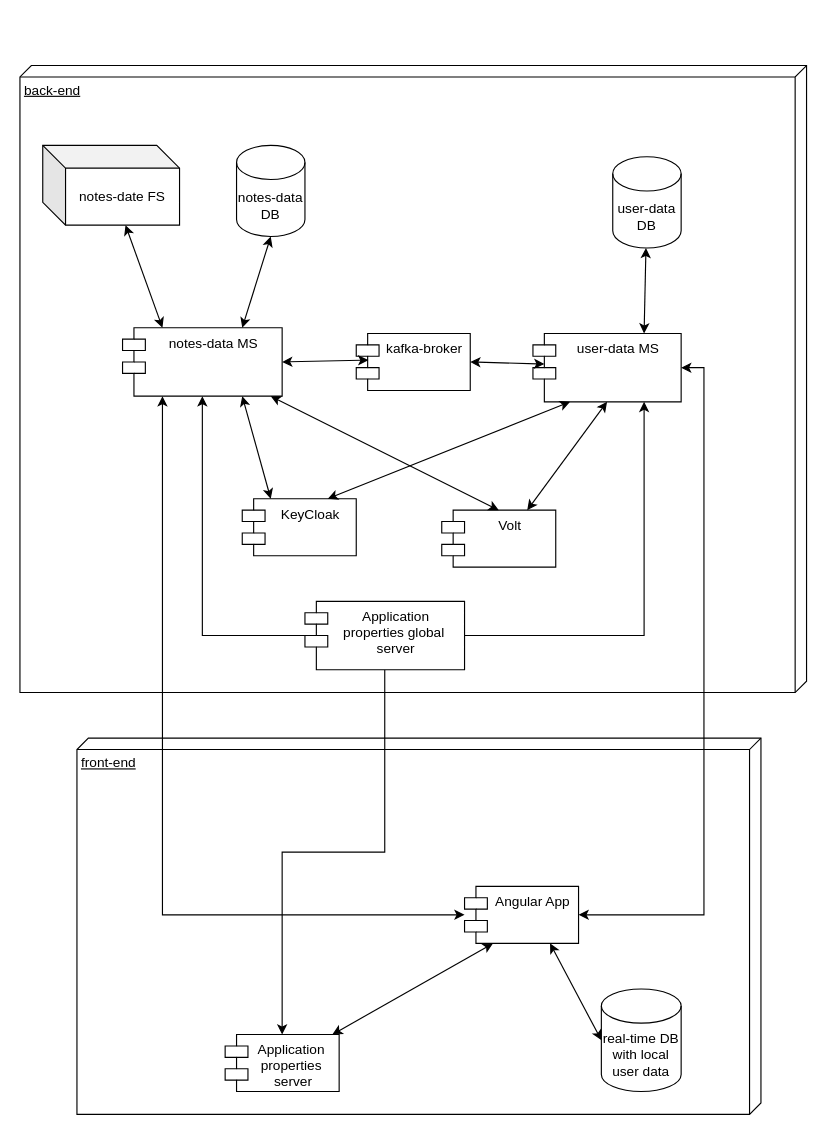
Earlier version of the draw.io diagram common/full structure/full structure.drawio (carakazov/notes-projects-diagrams). Source tidied: cells renumbered, new cells numbered last; positions are measured from the earlier drawing's top-left corner, leaving out a move shared by most shapes. Both pictures are drawn from the tidied source at 114%, with x=0, y=0 at pixel (19, 65).
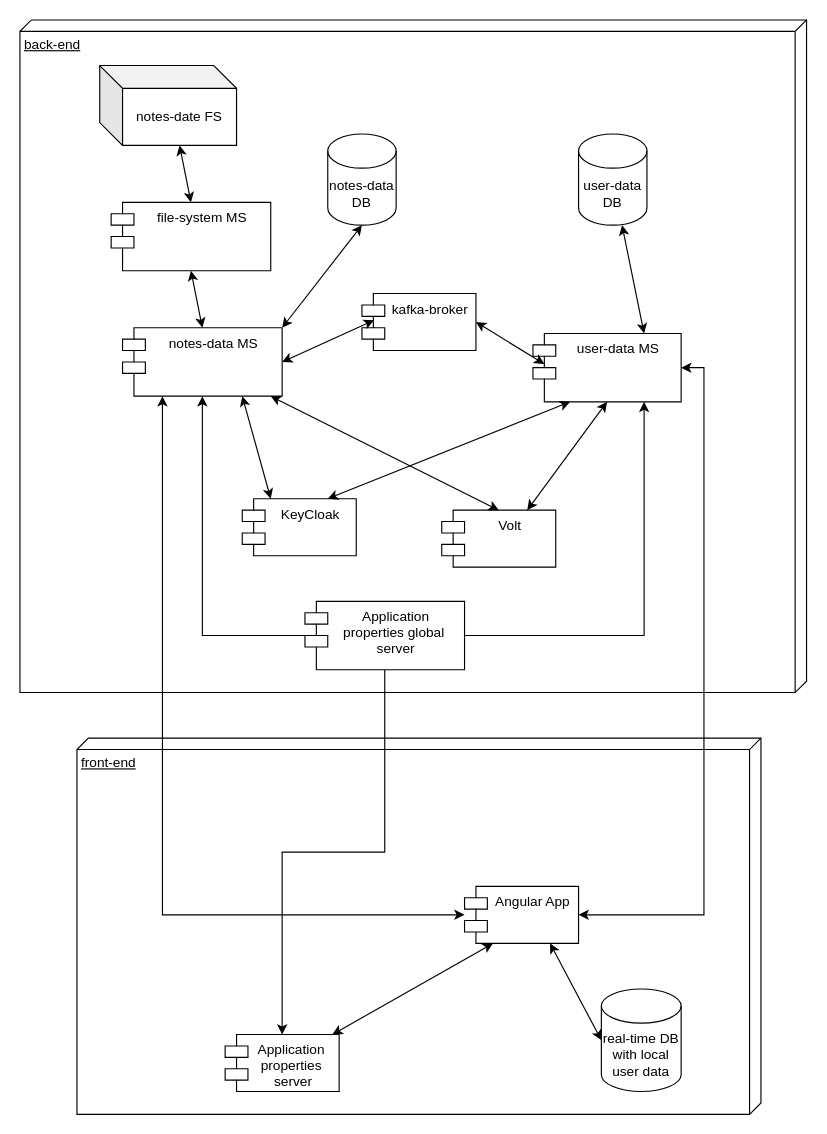
After the change.

Unchanged cells that the change refers to:
```xml
<mxCell id="4" value="notes-data MS" style="shape=module;align=left;spacingLeft=20;align=center;verticalAlign=top;" parent="1" vertex="1">
  <mxGeometry x="90" y="230" width="140" height="60" as="geometry" />
</mxCell>
```

What changed in the source:
```diff
@@
     <mxCell id="2" value="back-end" style="verticalAlign=top;align=left;spacingTop=8;spacingLeft=2;spacingRight=12;shape=cube;size=10;direction=south;fontStyle=4;html=1;" parent="1" vertex="1">
-      <mxGeometry width="690" height="550" as="geometry" />
+      <mxGeometry y="-40" width="690" height="590" as="geometry" />
     </mxCell>
@@
     <mxCell id="5" value="user-data DB" style="shape=cylinder3;whiteSpace=wrap;html=1;boundedLbl=1;backgroundOutline=1;size=15;" parent="1" vertex="1">
-      <mxGeometry x="520" y="80" width="60" height="80" as="geometry" />
+      <mxGeometry x="490" y="60" width="60" height="80" as="geometry" />
     </mxCell>
@@
     <mxCell id="7" value="notes-data DB" style="shape=cylinder3;whiteSpace=wrap;html=1;boundedLbl=1;backgroundOutline=1;size=15;" parent="1" vertex="1">
-      <mxGeometry x="190" y="70" width="60" height="80" as="geometry" />
+      <mxGeometry x="270" y="60" width="60" height="80" as="geometry" />
     </mxCell>
-    <mxCell id="8" style="endArrow=classic;startArrow=classic;html=1;rounded=0;exitX=0.75;exitY=0;exitDx=0;exitDy=0;entryX=0.5;entryY=1;entryDx=0;entryDy=0;entryPerimeter=0;" parent="1" edge="1" source="4" target="7">
+    <mxCell id="8" style="endArrow=classic;startArrow=classic;html=1;rounded=0;exitX=1;exitY=0;exitDx=0;exitDy=0;entryX=0.5;entryY=1;entryDx=0;entryDy=0;entryPerimeter=0;" parent="1" edge="1" source="4" target="7">
       <mxGeometry relative="1" as="geometry" />
     </mxCell>
     <mxCell id="9" value="notes-date FS" style="shape=cube;whiteSpace=wrap;html=1;boundedLbl=1;backgroundOutline=1;darkOpacity=0.05;darkOpacity2=0.1;" parent="1" vertex="1">
-      <mxGeometry x="20" y="70" width="120" height="70" as="geometry" />
+      <mxGeometry x="70" width="120" height="70" as="geometry" />
     </mxCell>
-    <mxCell id="10" style="endArrow=classic;startArrow=classic;html=1;rounded=0;exitX=0.25;exitY=0;exitDx=0;exitDy=0;" parent="1" edge="1" source="4" target="9">
-      <mxGeometry relative="1" as="geometry" />
-    </mxCell>
     <mxCell id="11" value="kafka-broker" style="shape=module;align=left;spacingLeft=20;align=center;verticalAlign=top;" parent="1" vertex="1">
-      <mxGeometry x="295" y="235" width="100" height="50" as="geometry" />
+      <mxGeometry x="300" y="200" width="100" height="50" as="geometry" />
     </mxCell>
@@
+    <mxCell id="32" value="file-system MS" style="shape=module;align=left;spacingLeft=20;align=center;verticalAlign=top;" parent="1" vertex="1">
+      <mxGeometry x="80" y="120" width="140" height="60" as="geometry" />
+    </mxCell>
+    <mxCell id="33" style="endArrow=classic;startArrow=classic;html=1;rounded=0;exitX=0.5;exitY=0;exitDx=0;exitDy=0;entryX=0.5;entryY=1;entryDx=0;entryDy=0;" parent="1" edge="1" source="4" target="32">
+      <mxGeometry relative="1" as="geometry" />
+    </mxCell>
+    <mxCell id="34" style="endArrow=classic;startArrow=classic;html=1;rounded=0;exitX=0.5;exitY=0;exitDx=0;exitDy=0;entryX=0;entryY=0;entryDx=70;entryDy=70;entryPerimeter=0;" parent="1" edge="1" source="32" target="9">
+      <mxGeometry relative="1" as="geometry" />
+    </mxCell>
```
